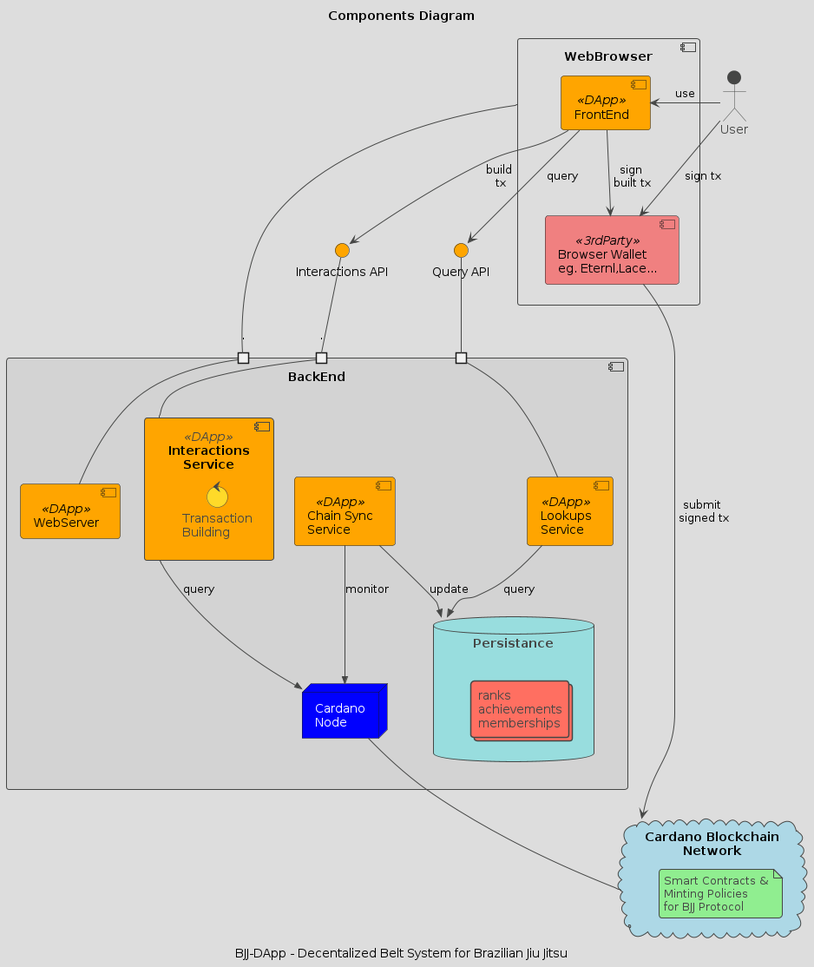
The PlantUML diagram out/puml/ComponentDiagram/ComponentDiagram.png in en7angled/Decentralized-Belt-System, before a commit.
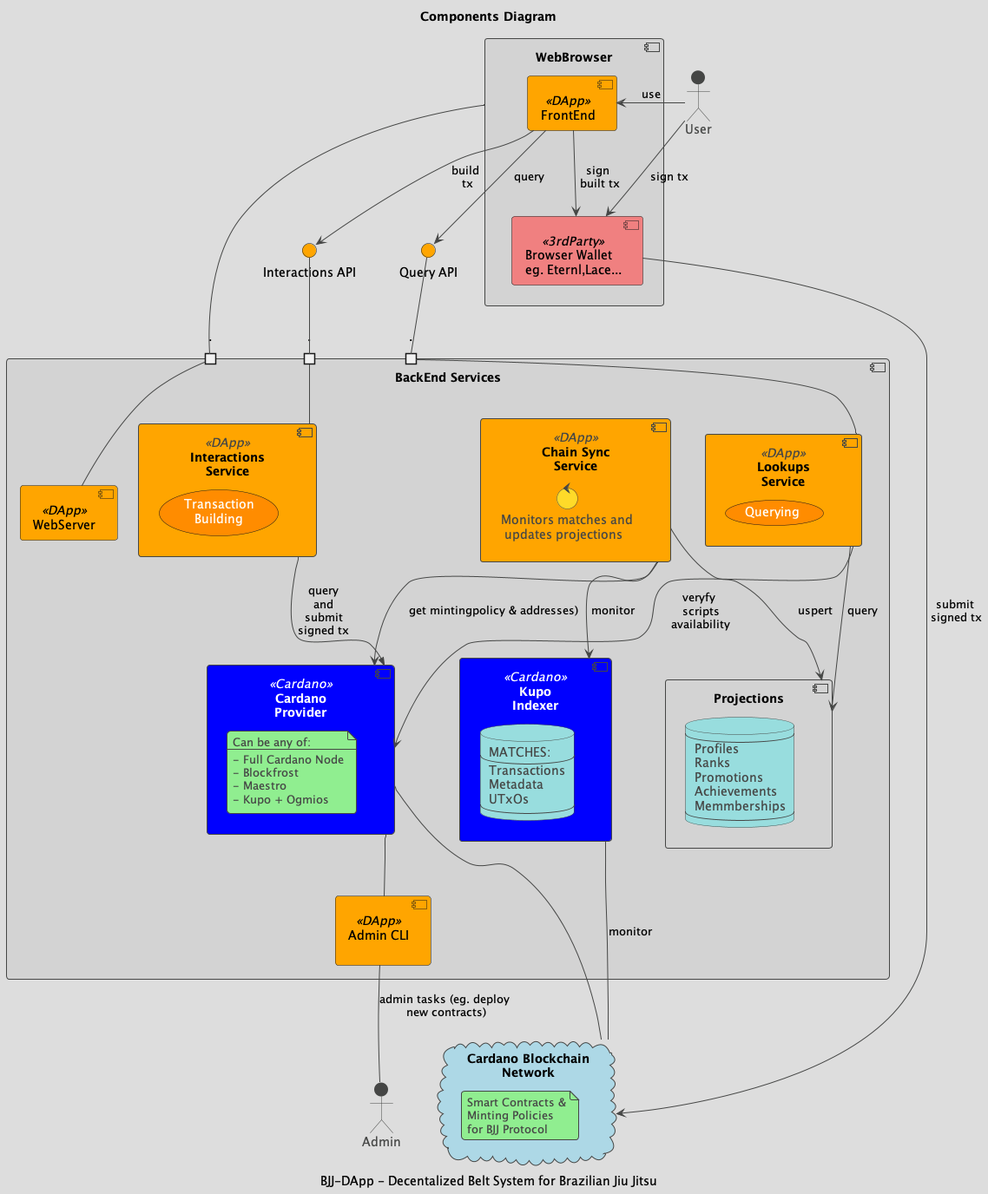
Later version of the same file.

Diff of the diagram source:
```diff
@@ -14,61 +14,104 @@
     FontSize Black
 
     BackgroundColor<<3rdParty>> LightCoral
+    BackgroundColor<<Cardano>> Blue
+    FontColor<<Cardano>>  White
 }
+
 skinparam cloud {
     BackgroundColor LightBlue
 }
-skinparam node {
-    BackgroundColor Blue
+skinparam usecase {
+    BackgroundColor DarkOrange
     FontColor White
 }
 
 
 Actor User
+Actor Admin
 
-component WebBrowser {
+component WebBrowser #LightGray {
     component BrowserWallet as "Browser Wallet\neg. Eternl,Lace..." <<3rdParty>>
     component UI as "FrontEnd" <<DApp>>
 }
 
-component BackEnd #LightGray {
 
-    node CardanoNode  as "Cardano\nNode"
+
+
+
+component BackEnd  as "BackEnd Services"  #LightGray   {
+
+    component AdminCLI as "Admin CLI\n" <<DApp>>
+
+    component CardanoProvider <<Cardano>> as "Cardano\nProvider"  {
+
+        note as N
+        Can be any of:
+        ---
+        - Full Cardano Node
+        - Blockfrost
+        - Maestro
+        - Kupo + Ogmios
+        end note
+    }
+
+    component Kupo as "Kupo\nIndexer" <<Cardano>>  {
+        database KupoDB as "MATCHES:
+        --
+        Transactions
+        Metadata
+        UTxOs
+        --
+        "
+    }
 
     component WebServer <<DApp>>
     component Interactions  <<DApp>> as "Interactions\nService" {
-        control TxBuilding as "Transaction\nBuilding"
+        usecase TxBuilding as "Transaction\nBuilding"
 
     }
-    component Lookups <<DApp>> as "Lookups\nService"
-    component ChainSync <<DApp>>  as "Chain Sync\nService"
-    database  LocalDB as "Persistance\n" {
-        collections c as "ranks\nachievements\nmemberships"
+    component Lookups <<DApp>> as "Lookups\nService" {
+        usecase Querying as "Querying"
+    }
+    component ChainSync <<DApp>>  as "Chain Sync\nService"{
+        control Monitoring as "Monitors matches and\n updates projections"
+    }
+    component Projections   as "Projections"{
+
+        database  LocalDB as "
+        --
+        Profiles
+        Ranks
+        Promotions
+        Achievements
+        Memmberships
+        --
+        "
     }
 
     portin webserverPort as "."
     portin interactionsPort as "."
     portin queryPort as "."
 
-    Interactions -->> CardanoNode : query
-    ChainSync -->> LocalDB : update
-    ChainSync -->> CardanoNode : monitor
-    Lookups -->> LocalDB : query
-
+    WebServer - webserverPort
     Interactions - interactionsPort
     Lookups - queryPort
-    WebServer - webserverPort
+
+    Interactions -->> CardanoProvider : query\n and \n submit \nsigned tx
+    Lookups --> CardanoProvider : veryfy\n scripts\n availability
+
+    ChainSync --> Kupo : monitor
+    ChainSync --> CardanoProvider : get mintingpolicy & addresses)
+    ChainSync --> Projections : uspert
+    Lookups --> Projections : query
+
+
 
 }
 interface InteractionsAPI as "Interactions API"
 interface QueryAPI as "Query API"
 interactionsPort -up- InteractionsAPI
 queryPort -up- QueryAPI
-
-
-
-
-
 
 
 
@@ -90,6 +133,13 @@
 User -> BrowserWallet : "sign tx"
 BrowserWallet --> BlockchainNetwork : "submit\n signed tx"
 
-CardanoNode -- BlockchainNetwork
+
+Kupo -down-- BlockchainNetwork : monitor
+
+CardanoProvider -down-- BlockchainNetwork
+
+AdminCLI -up- CardanoProvider
+
+Admin -up- AdminCLI : admin tasks (eg. deploy\n new contracts)
 
 @enduml
```
